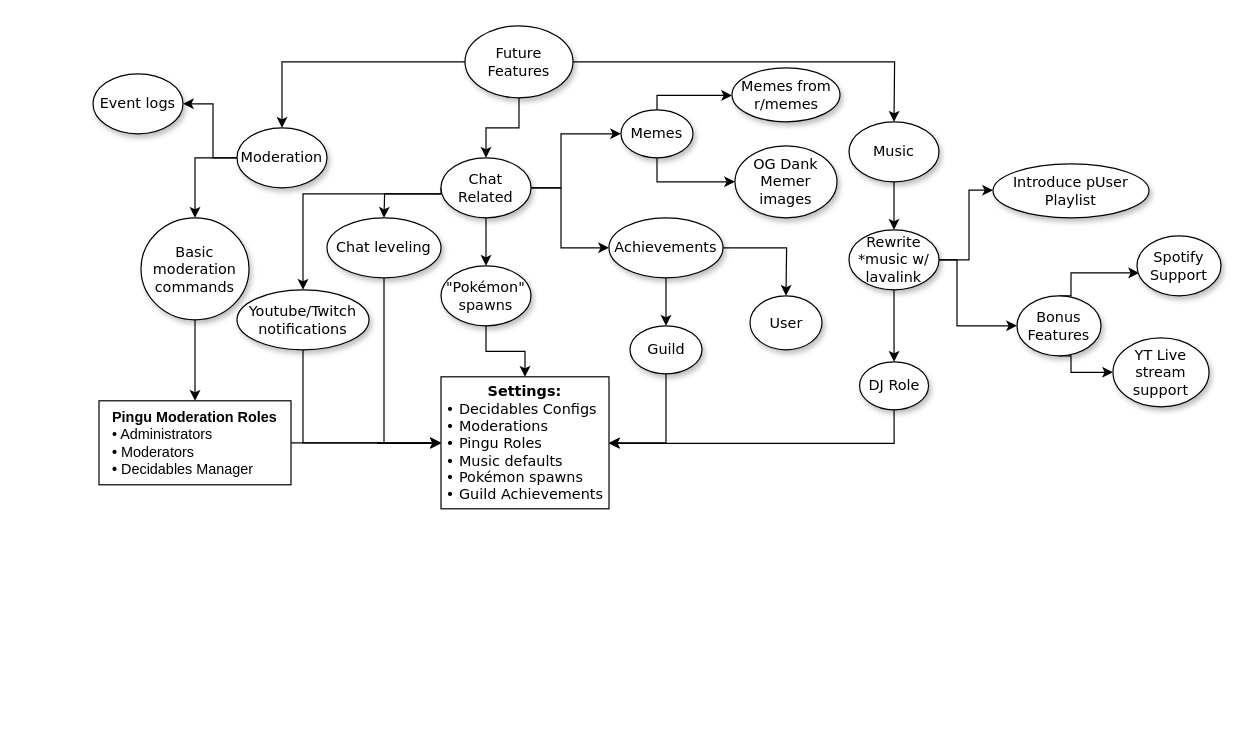
Before: Untitled Diagram.drawio in DanielSimonsen90/Pingu--Classic, a draw.io diagram. Source tidied: cells renumbered, new cells numbered last; positions are measured from the earlier drawing's top-left corner, leaving out a move shared by most shapes. Both pictures are drawn from the tidied source at 120%, with x=0, y=0 at pixel (92, 25).
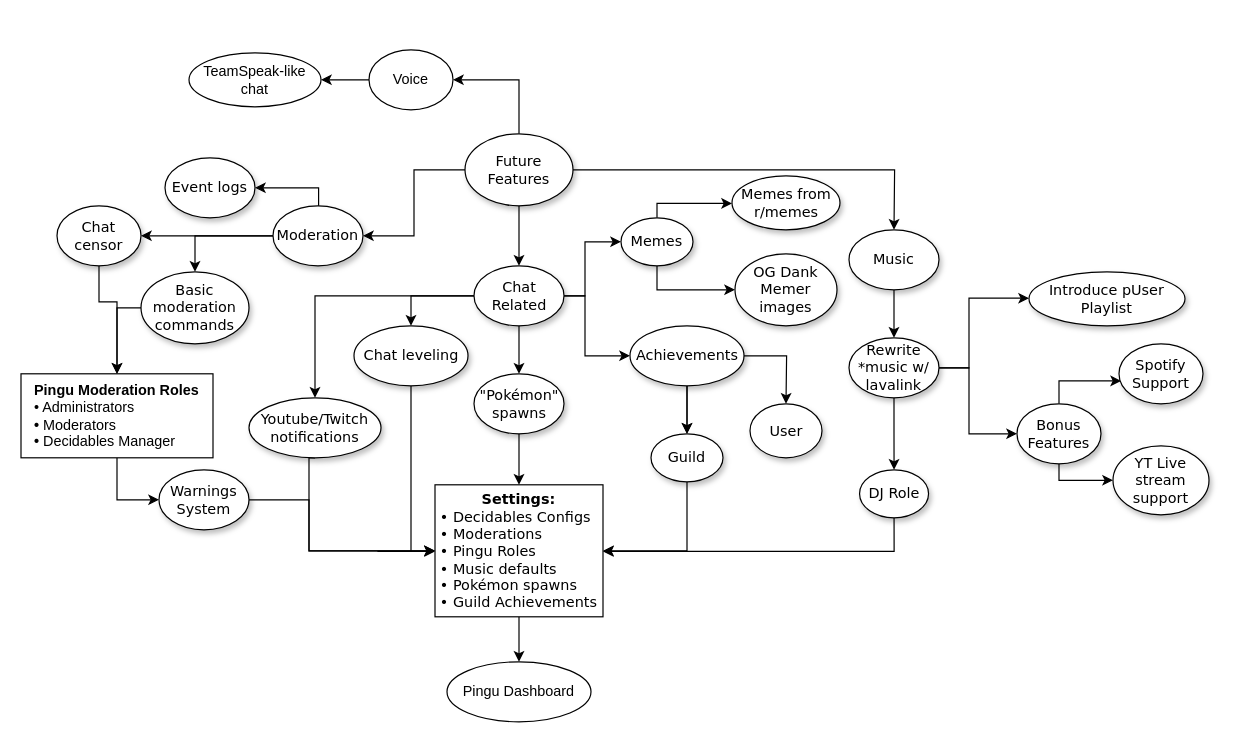
After the change.

Commit message:
Diagram Features done

The edit, as a diff of the source:
```diff
@@
     <mxCell id="2" style="edgeStyle=orthogonalEdgeStyle;rounded=0;jettySize=auto;html=1;" parent="1" edge="1" source="5" target="21">
       <mxGeometry relative="1" as="geometry">
         <Array as="points">
-          <mxPoint x="668" y="30" />
+          <mxPoint x="668" y="120" />
         </Array>
       </mxGeometry>
     </mxCell>
@@
+    <mxCell id="52" style="edgeStyle=orthogonalEdgeStyle;rounded=0;jettySize=auto;html=1;exitX=0.5;exitY=0;exitDx=0;exitDy=0;entryX=1;entryY=0.5;entryDx=0;entryDy=0;" parent="1" edge="1" source="5" target="62">
+      <mxGeometry relative="1" as="geometry" />
+    </mxCell>
     <mxCell id="5" value="Future Features" style="ellipse;whiteSpace=wrap;html=1;rounded=0;shadow=1;comic=0;labelBackgroundColor=none;strokeWidth=1;fontFamily=Verdana;fontSize=12;align=center;" parent="1" vertex="1">
-      <mxGeometry x="310" width="90" height="60" as="geometry" />
+      <mxGeometry x="310" y="90" width="90" height="60" as="geometry" />
     </mxCell>
@@
+    <mxCell id="9" style="edgeStyle=orthogonalEdgeStyle;rounded=0;jettySize=auto;html=1;exitX=1;exitY=0.5;exitDx=0;exitDy=0;" parent="1" edge="1" source="11" target="15">
+      <mxGeometry relative="1" as="geometry">
+        <Array as="points">
+          <mxPoint x="410" y="225" />
+          <mxPoint x="410" y="275" />
+        </Array>
+      </mxGeometry>
+    </mxCell>
+    <mxCell id="10" style="edgeStyle=orthogonalEdgeStyle;rounded=0;jettySize=auto;html=1;exitX=1;exitY=0.5;exitDx=0;exitDy=0;" parent="1" edge="1" source="11" target="47">
+      <mxGeometry relative="1" as="geometry">
+        <Array as="points">
+          <mxPoint x="410" y="225" />
+          <mxPoint x="410" y="180" />
+        </Array>
+      </mxGeometry>
+    </mxCell>
-    <mxCell id="7" style="edgeStyle=orthogonalEdgeStyle;rounded=0;jettySize=auto;html=1;" parent="1" edge="1" source="11" target="29">
-      <mxGeometry relative="1" as="geometry">
-        <Array as="points">
-          <mxPoint x="327" y="140" />
-          <mxPoint x="243" y="140" />
-        </Array>
-      </mxGeometry>
+    <mxCell id="7" style="edgeStyle=orthogonalEdgeStyle;rounded=0;jettySize=auto;html=1;exitX=0;exitY=0.5;exitDx=0;exitDy=0;entryX=0.5;entryY=0;entryDx=0;entryDy=0;" parent="1" edge="1" source="11" target="29">
+      <mxGeometry relative="1" as="geometry" />
     </mxCell>
-    <mxCell id="8" style="edgeStyle=orthogonalEdgeStyle;rounded=0;jettySize=auto;html=1;exitX=0;exitY=0.5;exitDx=0;exitDy=0;" parent="1" edge="1" source="11" target="49">
-      <mxGeometry relative="1" as="geometry">
-        <Array as="points">
-          <mxPoint x="290" y="140" />
-          <mxPoint x="175" y="140" />
-        </Array>
-      </mxGeometry>
+    <mxCell id="8" style="edgeStyle=orthogonalEdgeStyle;rounded=0;jettySize=auto;html=1;exitX=0;exitY=0.5;exitDx=0;exitDy=0;entryX=0.5;entryY=0;entryDx=0;entryDy=0;" parent="1" edge="1" source="11" target="49">
+      <mxGeometry relative="1" as="geometry" />
     </mxCell>
-    <mxCell id="9" style="edgeStyle=orthogonalEdgeStyle;rounded=0;jettySize=auto;html=1;exitX=1;exitY=0.5;exitDx=0;exitDy=0;" parent="1" edge="1" source="11" target="15">
-      <mxGeometry relative="1" as="geometry">
-        <Array as="points">
-          <mxPoint x="390" y="135" />
-          <mxPoint x="390" y="185" />
-        </Array>
-      </mxGeometry>
-    </mxCell>
-    <mxCell id="10" style="edgeStyle=orthogonalEdgeStyle;rounded=0;jettySize=auto;html=1;exitX=1;exitY=0.5;exitDx=0;exitDy=0;" parent="1" edge="1" source="11" target="47">
-      <mxGeometry relative="1" as="geometry">
-        <Array as="points">
-          <mxPoint x="390" y="135" />
-          <mxPoint x="390" y="90" />
-        </Array>
-      </mxGeometry>
-    </mxCell>
     <mxCell id="11" value="&lt;span&gt;Chat Related&lt;/span&gt;" style="ellipse;whiteSpace=wrap;html=1;rounded=0;shadow=1;comic=0;labelBackgroundColor=none;strokeWidth=1;fontFamily=Verdana;fontSize=12;align=center;" parent="1" vertex="1">
-      <mxGeometry x="290" y="110" width="75" height="50" as="geometry" />
+      <mxGeometry x="317.5" y="200" width="75" height="50" as="geometry" />
     </mxCell>
     <mxCell id="12" value="&lt;span&gt;Introduce pUser Playlist&lt;/span&gt;" style="ellipse;whiteSpace=wrap;html=1;rounded=0;shadow=1;comic=0;labelBackgroundColor=none;strokeWidth=1;fontFamily=Verdana;fontSize=12;align=center;" parent="1" vertex="1">
-      <mxGeometry x="750" y="115" width="130" height="45" as="geometry" />
+      <mxGeometry x="780" y="205" width="130" height="45" as="geometry" />
     </mxCell>
@@
     <mxCell id="14" style="edgeStyle=orthogonalEdgeStyle;rounded=0;jettySize=auto;html=1;exitX=1;exitY=0.5;exitDx=0;exitDy=0;entryX=0.5;entryY=0;entryDx=0;entryDy=0;" parent="1" edge="1" source="15" target="35">
       <mxGeometry relative="1" as="geometry">
         <Array as="points">
-          <mxPoint x="578" y="185" />
-          <mxPoint x="578" y="185" />
-          <mxPoint x="578" y="185" />
+          <mxPoint x="578" y="275" />
+          <mxPoint x="578" y="275" />
+          <mxPoint x="578" y="275" />
         </Array>
       </mxGeometry>
     </mxCell>
+    <mxCell id="53" style="edgeStyle=orthogonalEdgeStyle;rounded=0;jettySize=auto;html=1;" parent="1" edge="1" source="15" target="39">
+      <mxGeometry relative="1" as="geometry" />
+    </mxCell>
     <mxCell id="15" value="Achievements" style="ellipse;whiteSpace=wrap;html=1;rounded=0;shadow=1;comic=0;labelBackgroundColor=none;strokeWidth=1;fontFamily=Verdana;fontSize=12;align=center;" parent="1" vertex="1">
-      <mxGeometry x="430" y="160" width="95" height="50" as="geometry" />
+      <mxGeometry x="447.5" y="250" width="95" height="50" as="geometry" />
     </mxCell>
+    <mxCell id="17" style="edgeStyle=orthogonalEdgeStyle;rounded=0;jettySize=auto;html=1;exitX=0;exitY=0.5;exitDx=0;exitDy=0;entryX=1;entryY=0.5;entryDx=0;entryDy=0;" parent="1" edge="1" source="18" target="19">
+      <mxGeometry relative="1" as="geometry">
+        <Array as="points">
+          <mxPoint x="188" y="175" />
+          <mxPoint x="188" y="135" />
+        </Array>
+      </mxGeometry>
+    </mxCell>
-    <mxCell id="16" style="edgeStyle=orthogonalEdgeStyle;rounded=0;jettySize=auto;html=1;exitX=0;exitY=0.5;exitDx=0;exitDy=0;" parent="1" edge="1" source="18" target="27">
+    <mxCell id="16" style="edgeStyle=orthogonalEdgeStyle;rounded=0;jettySize=auto;html=1;exitX=0;exitY=0.5;exitDx=0;exitDy=0;entryX=0.5;entryY=0;entryDx=0;entryDy=0;" parent="1" edge="1" source="18" target="27">
       <mxGeometry relative="1" as="geometry" />
     </mxCell>
-    <mxCell id="17" style="edgeStyle=orthogonalEdgeStyle;rounded=0;jettySize=auto;html=1;exitX=0;exitY=0.5;exitDx=0;exitDy=0;" parent="1" edge="1" source="18" target="19">
-      <mxGeometry relative="1" as="geometry">
-        <Array as="points">
-          <mxPoint x="100" y="110" />
-          <mxPoint x="100" y="65" />
-        </Array>
-      </mxGeometry>
-    </mxCell>
+    <mxCell id="54" style="edgeStyle=orthogonalEdgeStyle;rounded=0;jettySize=auto;html=1;exitX=0;exitY=0.5;exitDx=0;exitDy=0;entryX=1;entryY=0.5;entryDx=0;entryDy=0;" parent="1" edge="1" source="18" target="58">
+      <mxGeometry relative="1" as="geometry" />
+    </mxCell>
     <mxCell id="18" value="Moderation" style="ellipse;whiteSpace=wrap;html=1;rounded=0;shadow=1;comic=0;labelBackgroundColor=none;strokeWidth=1;fontFamily=Verdana;fontSize=12;align=center;" parent="1" vertex="1">
-      <mxGeometry x="120" y="85" width="75" height="50" as="geometry" />
+      <mxGeometry x="150" y="150" width="75" height="50" as="geometry" />
     </mxCell>
     <mxCell id="19" value="&lt;span&gt;Event logs&lt;/span&gt;" style="ellipse;whiteSpace=wrap;html=1;rounded=0;shadow=1;comic=0;labelBackgroundColor=none;strokeWidth=1;fontFamily=Verdana;fontSize=12;align=center;" parent="1" vertex="1">
-      <mxGeometry y="40" width="75" height="50" as="geometry" />
+      <mxGeometry x="60" y="110" width="75" height="50" as="geometry" />
     </mxCell>
@@
     <mxCell id="21" value="&lt;span&gt;Music&lt;/span&gt;" style="ellipse;whiteSpace=wrap;html=1;rounded=0;shadow=1;comic=0;labelBackgroundColor=none;strokeWidth=1;fontFamily=Verdana;fontSize=12;align=center;fontStyle=0;" parent="1" vertex="1">
-      <mxGeometry x="630" y="80" width="75" height="50" as="geometry" />
+      <mxGeometry x="630" y="170" width="75" height="50" as="geometry" />
     </mxCell>
     <mxCell id="22" style="edgeStyle=orthogonalEdgeStyle;rounded=0;jettySize=auto;html=1;" parent="1" edge="1" source="25" target="12">
       <mxGeometry relative="1" as="geometry">
         <Array as="points">
-          <mxPoint x="730" y="195" />
-          <mxPoint x="730" y="137" />
+          <mxPoint x="730" y="285" />
+          <mxPoint x="730" y="227" />
         </Array>
       </mxGeometry>
     </mxCell>
@@
     <mxCell id="24" style="edgeStyle=orthogonalEdgeStyle;rounded=0;jettySize=auto;html=1;exitX=1;exitY=0.5;exitDx=0;exitDy=0;" parent="1" edge="1" source="25" target="42">
       <mxGeometry relative="1" as="geometry">
         <Array as="points">
-          <mxPoint x="720" y="195" />
-          <mxPoint x="720" y="250" />
+          <mxPoint x="730" y="285" />
+          <mxPoint x="730" y="340" />
         </Array>
       </mxGeometry>
     </mxCell>
     <mxCell id="25" value="&lt;span&gt;Rewrite *music w/ lavalink&lt;/span&gt;" style="ellipse;whiteSpace=wrap;html=1;rounded=0;shadow=1;comic=0;labelBackgroundColor=none;strokeWidth=1;fontFamily=Verdana;fontSize=12;align=center;" parent="1" vertex="1">
-      <mxGeometry x="630" y="170" width="75" height="50" as="geometry" />
+      <mxGeometry x="630" y="260" width="75" height="50" as="geometry" />
     </mxCell>
-    <mxCell id="26" style="edgeStyle=orthogonalEdgeStyle;rounded=0;jettySize=auto;html=1;exitX=0.5;exitY=1;exitDx=0;exitDy=0;entryX=0.5;entryY=0;entryDx=0;entryDy=0;" parent="1" edge="1" source="27" target="33">
+    <mxCell id="26" style="edgeStyle=orthogonalEdgeStyle;rounded=0;jettySize=auto;html=1;exitX=0;exitY=0.5;exitDx=0;exitDy=0;" parent="1" edge="1" source="27" target="33">
       <mxGeometry relative="1" as="geometry" />
     </mxCell>
     <mxCell id="27" value="&lt;span&gt;Basic moderation commands&lt;/span&gt;" style="ellipse;whiteSpace=wrap;html=1;rounded=0;shadow=1;comic=0;labelBackgroundColor=none;strokeWidth=1;fontFamily=Verdana;fontSize=12;align=center;" parent="1" vertex="1">
-      <mxGeometry x="40" y="160" width="90" height="85" as="geometry" />
+      <mxGeometry x="40" y="205" width="90" height="60" as="geometry" />
     </mxCell>
     <mxCell id="28" style="edgeStyle=orthogonalEdgeStyle;rounded=0;jettySize=auto;html=1;exitX=0.5;exitY=1;exitDx=0;exitDy=0;" parent="1" edge="1" source="29" target="34">
       <mxGeometry relative="1" as="geometry">
         <Array as="points">
-          <mxPoint x="237" y="348" />
-          <mxPoint x="360" y="348" />
+          <mxPoint x="237" y="438" />
+          <mxPoint x="360" y="438" />
         </Array>
       </mxGeometry>
     </mxCell>
     <mxCell id="29" value="Chat leveling" style="ellipse;whiteSpace=wrap;html=1;rounded=0;shadow=1;comic=0;labelBackgroundColor=none;strokeWidth=1;fontFamily=Verdana;fontSize=12;align=center;" parent="1" vertex="1">
-      <mxGeometry x="195" y="160" width="95" height="50" as="geometry" />
+      <mxGeometry x="217.5" y="250" width="95" height="50" as="geometry" />
     </mxCell>
@@
     <mxCell id="31" value="&lt;span&gt;&quot;Pokémon&quot; spawns&lt;/span&gt;" style="ellipse;whiteSpace=wrap;html=1;rounded=0;shadow=1;comic=0;labelBackgroundColor=none;strokeWidth=1;fontFamily=Verdana;fontSize=12;align=center;" parent="1" vertex="1">
-      <mxGeometry x="290" y="200" width="75" height="50" as="geometry" />
+      <mxGeometry x="317.5" y="290" width="75" height="50" as="geometry" />
     </mxCell>
-    <mxCell id="32" style="edgeStyle=orthogonalEdgeStyle;rounded=0;jettySize=auto;html=1;exitX=1;exitY=0.5;exitDx=0;exitDy=0;" parent="1" edge="1" source="33" target="34">
-      <mxGeometry relative="1" as="geometry" />
-    </mxCell>
+    <mxCell id="55" style="edgeStyle=orthogonalEdgeStyle;rounded=0;jettySize=auto;html=1;exitX=0.5;exitY=1;exitDx=0;exitDy=0;entryX=0;entryY=0.5;entryDx=0;entryDy=0;" parent="1" edge="1" source="33" target="60">
+      <mxGeometry relative="1" as="geometry">
+        <Array as="points">
+          <mxPoint x="20" y="395" />
+        </Array>
+      </mxGeometry>
+    </mxCell>
     <mxCell id="33" value="&lt;span&gt;Pingu Moderation Roles&lt;br&gt;&lt;div style=&quot;text-align: left&quot;&gt;&lt;span style=&quot;font-weight: 400&quot;&gt;• Administrators&lt;/span&gt;&lt;/div&gt;&lt;/span&gt;&lt;span style=&quot;font-weight: 400&quot;&gt;&lt;div style=&quot;text-align: left&quot;&gt;&lt;span style=&quot;font-weight: bold&quot;&gt;• &lt;/span&gt;&lt;span&gt;Moderators&lt;/span&gt;&lt;/div&gt;&lt;/span&gt;&lt;span style=&quot;font-weight: normal&quot;&gt;&lt;div style=&quot;text-align: left&quot;&gt;&lt;span style=&quot;font-weight: bold&quot;&gt;• &lt;/span&gt;&lt;span&gt;Decidables Manager&lt;/span&gt;&lt;/div&gt;&lt;/span&gt;&lt;span style=&quot;color: rgba(0 , 0 , 0 , 0) ; font-family: monospace ; font-size: 0px&quot;&gt;• Oug%3CmxGraphModel%3E%3Croot%3E%3CmxCell%20id%3D%220%22%2F%3E%3CmxCell%20id%3D%221%22%20parent%3D%220%22%2F%3E%3CmxCell%20id%3D%222%22%20value%3D%22%26lt%3Bspan%26gt%3BMusic%26lt%3B%2Fspan%26gt%3B%22%20style%3D%22ellipse%3BwhiteSpace%3Dwrap%3Bhtml%3D1%3Brounded%3D0%3Bshadow%3D1%3Bcomic%3D0%3BlabelBackgroundColor%3Dnone%3BstrokeWidth%3D1%3BfontFamily%3DVerdana%3BfontSize%3D12%3Balign%3Dcenter%3B%22%20vertex%3D%221%22%20parent%3D%221%22%3E%3CmxGeometry%20x%3D%22615%22%20y%3D%2285%22%20width%3D%2275%22%20height%3D%2250%22%20as%3D%22geometry%22%2F%3E%3C%2FmxCell%3E%3C%2Froot%3E%3C%2FmxGraphModel%3EeeeeeeeBeeetererereyree&lt;/span&gt;" style="whiteSpace=wrap;html=1;align=center;fontStyle=1;verticalAlign=top;" parent="1" vertex="1">
-      <mxGeometry x="5" y="312.5" width="160" height="70" as="geometry" />
+      <mxGeometry x="-60" y="290" width="160" height="70" as="geometry" />
     </mxCell>
+    <mxCell id="56" style="edgeStyle=orthogonalEdgeStyle;rounded=0;jettySize=auto;html=1;exitX=0.5;exitY=1;exitDx=0;exitDy=0;entryX=0.5;entryY=0;entryDx=0;entryDy=0;" parent="1" edge="1" source="34" target="64">
+      <mxGeometry relative="1" as="geometry" />
+    </mxCell>
     <mxCell id="34" value="&lt;b&gt;&lt;span style=&quot;font-family: &amp;#34;verdana&amp;#34;&quot;&gt;Settings:&lt;/span&gt;&lt;br style=&quot;font-family: &amp;#34;verdana&amp;#34;&quot;&gt;&lt;div style=&quot;text-align: left&quot;&gt;&lt;span style=&quot;font-family: &amp;#34;verdana&amp;#34; ; font-weight: normal&quot;&gt;• Decidables Configs&lt;/span&gt;&lt;/div&gt;&lt;/b&gt;&lt;span style=&quot;font-family: &amp;#34;verdana&amp;#34;&quot;&gt;&lt;div style=&quot;text-align: left&quot;&gt;&lt;span&gt;• Moderations&lt;/span&gt;&lt;/div&gt;&lt;div style=&quot;text-align: left&quot;&gt;&lt;span&gt;• Pingu Roles&lt;/span&gt;&lt;/div&gt;&lt;/span&gt;&lt;span style=&quot;font-family: &amp;#34;verdana&amp;#34;&quot;&gt;&lt;div style=&quot;text-align: left&quot;&gt;&lt;span&gt;• Music defaults&lt;/span&gt;&lt;/div&gt;&lt;/span&gt;&lt;div style=&quot;text-align: left ; font-family: &amp;#34;verdana&amp;#34;&quot;&gt;• Pokémon spawns&lt;/div&gt;&lt;div style=&quot;text-align: left ; font-family: &amp;#34;verdana&amp;#34;&quot;&gt;• Guild Achievements&lt;/div&gt;" style="whiteSpace=wrap;html=1;strokeColor=#000000;align=center;" parent="1" vertex="1">
-      <mxGeometry x="290" y="292.5" width="140" height="110" as="geometry" />
+      <mxGeometry x="285" y="382.5" width="140" height="110" as="geometry" />
     </mxCell>
     <mxCell id="35" value="User" style="ellipse;whiteSpace=wrap;html=1;rounded=0;shadow=1;comic=0;labelBackgroundColor=none;strokeWidth=1;fontFamily=Verdana;fontSize=12;align=center;" parent="1" vertex="1">
-      <mxGeometry x="547.5" y="225" width="60" height="45" as="geometry" />
+      <mxGeometry x="547.5" y="315" width="60" height="45" as="geometry" />
     </mxCell>
     <mxCell id="36" style="edgeStyle=orthogonalEdgeStyle;rounded=0;jettySize=auto;html=1;" parent="1" edge="1" source="37" target="34">
       <mxGeometry relative="1" as="geometry">
         <Array as="points">
-          <mxPoint x="668" y="348" />
+          <mxPoint x="668" y="438" />
         </Array>
       </mxGeometry>
     </mxCell>
     <mxCell id="37" value="DJ Role" style="ellipse;whiteSpace=wrap;html=1;rounded=0;shadow=1;comic=0;labelBackgroundColor=none;strokeWidth=1;fontFamily=Verdana;fontSize=12;align=center;" parent="1" vertex="1">
-      <mxGeometry x="638.8" y="280" width="57.5" height="40" as="geometry" />
+      <mxGeometry x="638.8" y="370" width="57.5" height="40" as="geometry" />
     </mxCell>
@@
     <mxCell id="39" value="Guild" style="ellipse;whiteSpace=wrap;html=1;rounded=0;shadow=1;comic=0;labelBackgroundColor=none;strokeWidth=1;fontFamily=Verdana;fontSize=12;align=center;" parent="1" vertex="1">
-      <mxGeometry x="447.5" y="250" width="60" height="40" as="geometry" />
+      <mxGeometry x="465" y="340" width="60" height="40" as="geometry" />
     </mxCell>
     <mxCell id="40" style="edgeStyle=orthogonalEdgeStyle;rounded=0;jettySize=auto;html=1;exitX=0.5;exitY=1;exitDx=0;exitDy=0;entryX=0;entryY=0.5;entryDx=0;entryDy=0;" parent="1" edge="1" source="42" target="44">
       <mxGeometry relative="1" as="geometry">
         <Array as="points">
-          <mxPoint x="815" y="289" />
+          <mxPoint x="805" y="379" />
         </Array>
       </mxGeometry>
     </mxCell>
     <mxCell id="41" style="edgeStyle=orthogonalEdgeStyle;rounded=0;jettySize=auto;html=1;exitX=0.5;exitY=0;exitDx=0;exitDy=0;entryX=0.025;entryY=0.618;entryDx=0;entryDy=0;entryPerimeter=0;" parent="1" edge="1" source="42" target="43">
       <mxGeometry relative="1" as="geometry">
         <Array as="points">
-          <mxPoint x="815" y="225" />
-          <mxPoint x="815" y="206" />
+          <mxPoint x="805" y="296" />
         </Array>
       </mxGeometry>
     </mxCell>
     <mxCell id="42" value="Bonus Features" style="ellipse;whiteSpace=wrap;html=1;rounded=0;shadow=1;comic=0;labelBackgroundColor=none;strokeWidth=1;fontFamily=Verdana;fontSize=12;align=center;" parent="1" vertex="1">
-      <mxGeometry x="770" y="225" width="70" height="50" as="geometry" />
+      <mxGeometry x="770" y="315" width="70" height="50" as="geometry" />
     </mxCell>
     <mxCell id="43" value="Spotify Support" style="ellipse;whiteSpace=wrap;html=1;rounded=0;shadow=1;comic=0;labelBackgroundColor=none;strokeWidth=1;fontFamily=Verdana;fontSize=12;align=center;" parent="1" vertex="1">
-      <mxGeometry x="870" y="175" width="70" height="50" as="geometry" />
+      <mxGeometry x="855" y="265" width="70" height="50" as="geometry" />
     </mxCell>
     <mxCell id="44" value="YT Live stream support" style="ellipse;whiteSpace=wrap;html=1;rounded=0;shadow=1;comic=0;labelBackgroundColor=none;strokeWidth=1;fontFamily=Verdana;fontSize=12;align=center;" parent="1" vertex="1">
-      <mxGeometry x="850" y="260" width="80" height="57.5" as="geometry" />
+      <mxGeometry x="850" y="350" width="80" height="57.5" as="geometry" />
     </mxCell>
     <mxCell id="45" style="edgeStyle=orthogonalEdgeStyle;rounded=0;jettySize=auto;html=1;exitX=0.5;exitY=0;exitDx=0;exitDy=0;" parent="1" edge="1" source="47" target="50">
       <mxGeometry relative="1" as="geometry">
         <Array as="points">
-          <mxPoint x="470" y="58" />
+          <mxPoint x="470" y="148" />
         </Array>
       </mxGeometry>
     </mxCell>
@@
     <mxCell id="47" value="Memes" style="ellipse;whiteSpace=wrap;html=1;rounded=0;shadow=1;comic=0;labelBackgroundColor=none;strokeWidth=1;fontFamily=Verdana;fontSize=12;align=center;" parent="1" vertex="1">
-      <mxGeometry x="440" y="70" width="60" height="40" as="geometry" />
+      <mxGeometry x="440" y="160" width="60" height="40" as="geometry" />
     </mxCell>
     <mxCell id="48" style="edgeStyle=orthogonalEdgeStyle;rounded=0;jettySize=auto;html=1;exitX=0.5;exitY=1;exitDx=0;exitDy=0;entryX=0;entryY=0.5;entryDx=0;entryDy=0;" parent="1" edge="1" source="49" target="34">
-      <mxGeometry relative="1" as="geometry" />
+      <mxGeometry relative="1" as="geometry">
+        <Array as="points">
+          <mxPoint x="180" y="360" />
+          <mxPoint x="180" y="438" />
+        </Array>
+      </mxGeometry>
     </mxCell>
     <mxCell id="49" value="Youtube/Twitch notifications" style="ellipse;whiteSpace=wrap;html=1;rounded=0;shadow=1;comic=0;labelBackgroundColor=none;strokeWidth=1;fontFamily=Verdana;fontSize=12;align=center;" parent="1" vertex="1">
-      <mxGeometry x="120" y="220" width="110" height="50" as="geometry" />
+      <mxGeometry x="130" y="310" width="110" height="50" as="geometry" />
     </mxCell>
     <mxCell id="50" value="Memes from r/memes" style="ellipse;whiteSpace=wrap;html=1;rounded=0;shadow=1;comic=0;labelBackgroundColor=none;strokeWidth=1;fontFamily=Verdana;fontSize=12;align=center;" parent="1" vertex="1">
-      <mxGeometry x="532.5" y="35" width="90" height="45" as="geometry" />
+      <mxGeometry x="532.5" y="125" width="90" height="45" as="geometry" />
     </mxCell>
     <mxCell id="51" value="OG Dank Memer images" style="ellipse;whiteSpace=wrap;html=1;rounded=0;shadow=1;comic=0;labelBackgroundColor=none;strokeWidth=1;fontFamily=Verdana;fontSize=12;align=center;" parent="1" vertex="1">
-      <mxGeometry x="535" y="100" width="85" height="60" as="geometry" />
+      <mxGeometry x="535" y="190" width="85" height="60" as="geometry" />
     </mxCell>
+    <mxCell id="57" style="edgeStyle=orthogonalEdgeStyle;rounded=0;jettySize=auto;html=1;exitX=0.5;exitY=1;exitDx=0;exitDy=0;entryX=0.5;entryY=0;entryDx=0;entryDy=0;" parent="1" edge="1" source="58" target="33">
+      <mxGeometry relative="1" as="geometry">
+        <Array as="points">
+          <mxPoint x="5" y="230" />
+          <mxPoint x="20" y="230" />
+        </Array>
+      </mxGeometry>
+    </mxCell>
+    <mxCell id="58" value="&lt;span&gt;Chat censor&lt;/span&gt;" style="ellipse;whiteSpace=wrap;html=1;rounded=0;shadow=1;comic=0;labelBackgroundColor=none;strokeWidth=1;fontFamily=Verdana;fontSize=12;align=center;" parent="1" vertex="1">
+      <mxGeometry x="-30" y="150" width="70" height="50" as="geometry" />
+    </mxCell>
+    <mxCell id="59" style="edgeStyle=orthogonalEdgeStyle;rounded=0;jettySize=auto;html=1;exitX=1;exitY=0.5;exitDx=0;exitDy=0;entryX=0;entryY=0.5;entryDx=0;entryDy=0;" parent="1" edge="1" source="60" target="34">
+      <mxGeometry relative="1" as="geometry">
+        <Array as="points">
+          <mxPoint x="180" y="395" />
+          <mxPoint x="180" y="438" />
+        </Array>
+      </mxGeometry>
+    </mxCell>
+    <mxCell id="60" value="&lt;span&gt;Warnings System&lt;/span&gt;" style="ellipse;whiteSpace=wrap;html=1;rounded=0;shadow=1;comic=0;labelBackgroundColor=none;strokeWidth=1;fontFamily=Verdana;fontSize=12;align=center;" parent="1" vertex="1">
+      <mxGeometry x="55" y="370" width="75" height="50" as="geometry" />
+    </mxCell>
+    <mxCell id="61" style="edgeStyle=orthogonalEdgeStyle;rounded=0;jettySize=auto;html=1;exitX=0;exitY=0.5;exitDx=0;exitDy=0;entryX=1;entryY=0.5;entryDx=0;entryDy=0;" parent="1" edge="1" source="62" target="63">
+      <mxGeometry relative="1" as="geometry" />
+    </mxCell>
+    <mxCell id="62" value="Voice" style="ellipse;whiteSpace=wrap;html=1;strokeColor=#000000;align=center;" parent="1" vertex="1">
+      <mxGeometry x="230" y="20" width="70" height="50" as="geometry" />
+    </mxCell>
+    <mxCell id="63" value="TeamSpeak-like chat" style="ellipse;whiteSpace=wrap;html=1;strokeColor=#000000;align=center;" parent="1" vertex="1">
+      <mxGeometry x="80" y="22.5" width="110" height="45" as="geometry" />
+    </mxCell>
+    <mxCell id="64" value="Pingu Dashboard" style="ellipse;whiteSpace=wrap;html=1;strokeColor=#000000;align=center;" parent="1" vertex="1">
+      <mxGeometry x="295" y="530" width="120" height="50" as="geometry" />
+    </mxCell>
```
